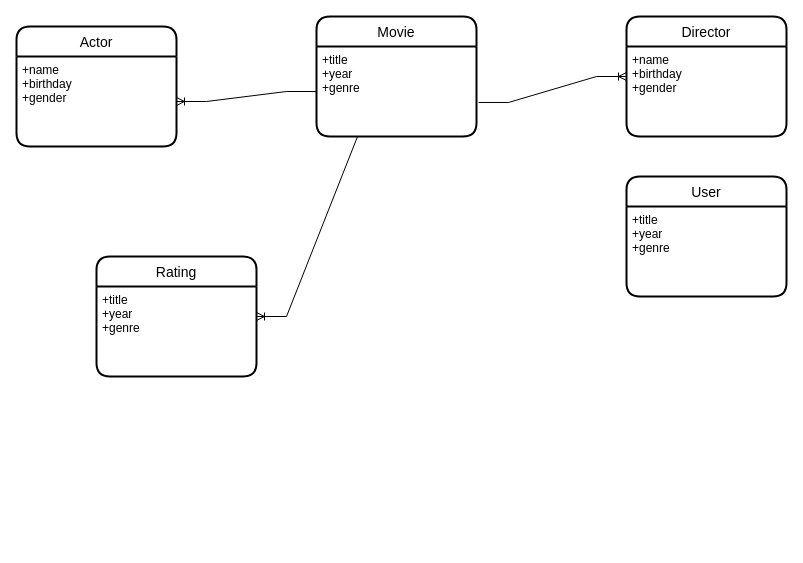
Earlier version of the draw.io diagram page "Page-2" (2 of 3) of er/ER.drawio (mrthetkhine/TuringJavaSE7thBatch). Source tidied: cells renumbered, new cells numbered last; positions are measured from the earlier drawing's top-left corner, leaving out a move shared by most shapes. Both pictures are drawn from the tidied source at 100%, with x=0, y=0 at pixel (16, 16).
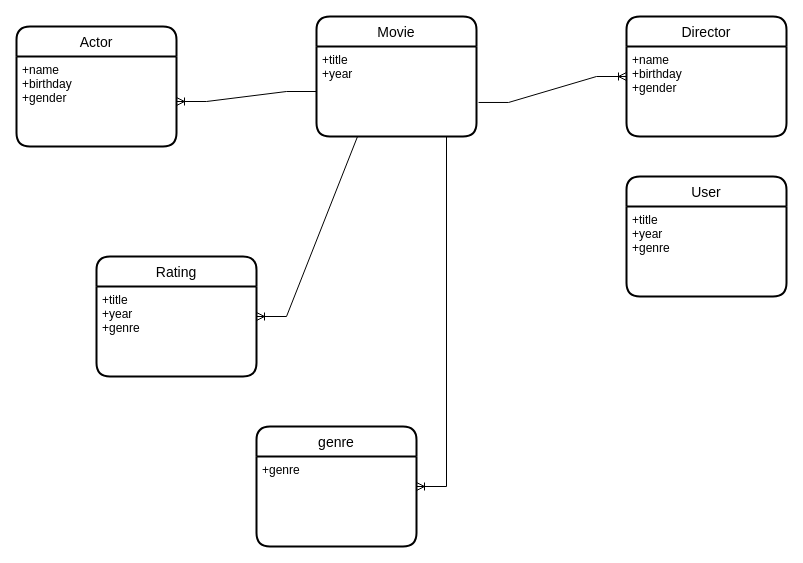
After the change.

What changed in the source:
```diff
@@
 <mxGraphModel>
   <root>
     <mxCell id="0" />
     <mxCell id="1" parent="0" />
     <mxCell id="2" value="Movie" style="swimlane;horizontal=1;startSize=30;rounded=1;fontSize=14;fontStyle=0;strokeWidth=2;shadow=0;dashed=0;align=center;" parent="1" vertex="1">
       <mxGeometry x="300" width="160" height="120" as="geometry" />
     </mxCell>
-    <mxCell id="3" value="+title&#10;+year&#10;+genre" style="align=left;strokeColor=none;fillColor=none;spacingLeft=4;fontSize=12;verticalAlign=top;" parent="2" vertex="1">
+    <mxCell id="3" value="+title&#10;+year&#10;" style="align=left;strokeColor=none;fillColor=none;spacingLeft=4;fontSize=12;verticalAlign=top;" parent="2" vertex="1">
       <mxGeometry y="30" width="160" height="90" as="geometry" />
     </mxCell>
     <mxCell id="4" value="Director" style="swimlane;horizontal=1;startSize=30;rounded=1;fontSize=14;fontStyle=0;strokeWidth=2;shadow=0;dashed=0;align=center;" parent="1" vertex="1">
       <mxGeometry x="610" width="160" height="120" as="geometry" />
     </mxCell>
     <mxCell id="5" value="+name&#10;+birthday&#10;+gender" style="align=left;strokeColor=none;fillColor=none;spacingLeft=4;fontSize=12;verticalAlign=top;" parent="4" vertex="1">
       <mxGeometry y="30" width="160" height="90" as="geometry" />
     </mxCell>
     <mxCell id="6" style="edgeStyle=entityRelationEdgeStyle;fontSize=12;html=1;endArrow=ERoneToMany;rounded=0;exitX=1.013;exitY=0.622;exitDx=0;exitDy=0;exitPerimeter=0;" parent="1" edge="1" source="3" target="4">
       <mxGeometry relative="1" as="geometry" />
     </mxCell>
     <mxCell id="7" value="Actor" style="swimlane;horizontal=1;startSize=30;rounded=1;fontSize=14;fontStyle=0;strokeWidth=2;shadow=0;dashed=0;align=center;" parent="1" vertex="1">
       <mxGeometry y="10" width="160" height="120" as="geometry" />
     </mxCell>
     <mxCell id="8" value="+name&#10;+birthday&#10;+gender" style="align=left;strokeColor=none;fillColor=none;spacingLeft=4;fontSize=12;verticalAlign=top;" parent="7" vertex="1">
       <mxGeometry y="30" width="160" height="90" as="geometry" />
     </mxCell>
     <mxCell id="9" style="edgeStyle=entityRelationEdgeStyle;fontSize=12;html=1;endArrow=ERoneToMany;rounded=0;" parent="1" edge="1" source="3" target="8">
       <mxGeometry relative="1" as="geometry" />
     </mxCell>
     <mxCell id="10" value="Rating" style="swimlane;horizontal=1;startSize=30;rounded=1;fontSize=14;fontStyle=0;strokeWidth=2;shadow=0;dashed=0;align=center;" parent="1" vertex="1">
       <mxGeometry x="80" y="240" width="160" height="120" as="geometry" />
     </mxCell>
     <mxCell id="11" value="+title&#10;+year&#10;+genre" style="align=left;strokeColor=none;fillColor=none;spacingLeft=4;fontSize=12;verticalAlign=top;" parent="10" vertex="1">
       <mxGeometry y="30" width="160" height="90" as="geometry" />
     </mxCell>
     <mxCell id="12" value="User" style="swimlane;horizontal=1;startSize=30;rounded=1;fontSize=14;fontStyle=0;strokeWidth=2;shadow=0;dashed=0;align=center;" parent="1" vertex="1">
       <mxGeometry x="610" y="160" width="160" height="120" as="geometry" />
     </mxCell>
     <mxCell id="13" value="+title&#10;+year&#10;+genre" style="align=left;strokeColor=none;fillColor=none;spacingLeft=4;fontSize=12;verticalAlign=top;" parent="12" vertex="1">
       <mxGeometry y="30" width="160" height="90" as="geometry" />
     </mxCell>
     <mxCell id="14" style="edgeStyle=entityRelationEdgeStyle;fontSize=12;html=1;endArrow=ERoneToMany;rounded=0;exitX=0.444;exitY=1;exitDx=0;exitDy=0;exitPerimeter=0;" parent="1" edge="1" source="3" target="10">
       <mxGeometry relative="1" as="geometry" />
     </mxCell>
+    <mxCell id="15" value="genre" style="swimlane;horizontal=1;startSize=30;rounded=1;fontSize=14;fontStyle=0;strokeWidth=2;shadow=0;dashed=0;align=center;" parent="1" vertex="1">
+      <mxGeometry x="240" y="410" width="160" height="120" as="geometry" />
+    </mxCell>
+    <mxCell id="16" value="+genre" style="align=left;strokeColor=none;fillColor=none;spacingLeft=4;fontSize=12;verticalAlign=top;" parent="15" vertex="1">
+      <mxGeometry y="30" width="160" height="90" as="geometry" />
+    </mxCell>
+    <mxCell id="17" style="edgeStyle=entityRelationEdgeStyle;fontSize=12;html=1;endArrow=ERoneToMany;rounded=0;exitX=0.5;exitY=1;exitDx=0;exitDy=0;" parent="1" edge="1" source="3" target="15">
+      <mxGeometry relative="1" as="geometry" />
+    </mxCell>
   </root>
 </mxGraphModel>
```
